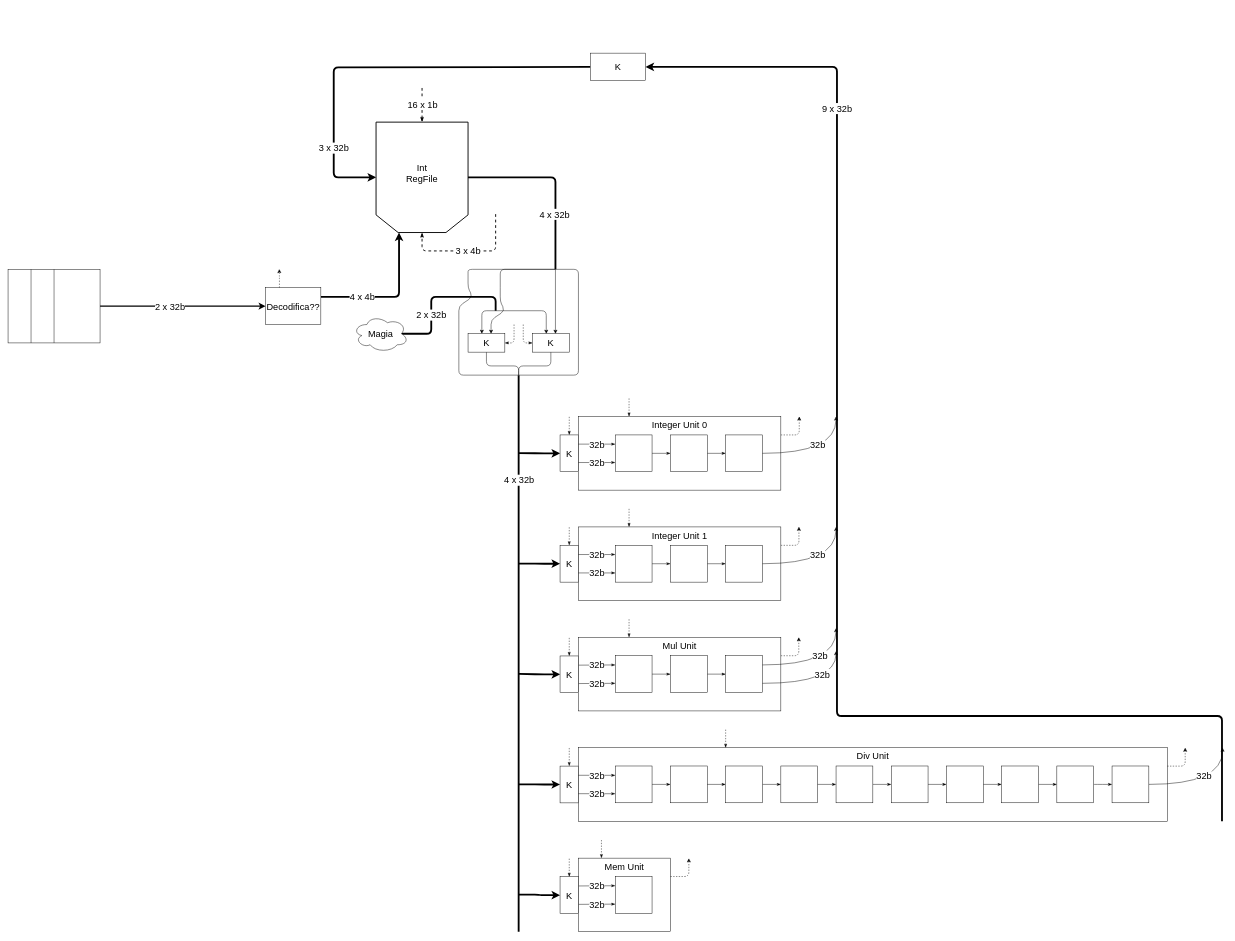
The90Frank/MinorArmAnalyzer keeps this draw.io diagram as Diagrammi/ExecuteStage.drawio. Above is the earlier version. Source tidied: cells renumbered, new cells numbered last; positions are measured from the earlier drawing's top-left corner, leaving out a move shared by most shapes. Both pictures are drawn from the tidied source at 46%, with x=0, y=0 at pixel (8, 53).
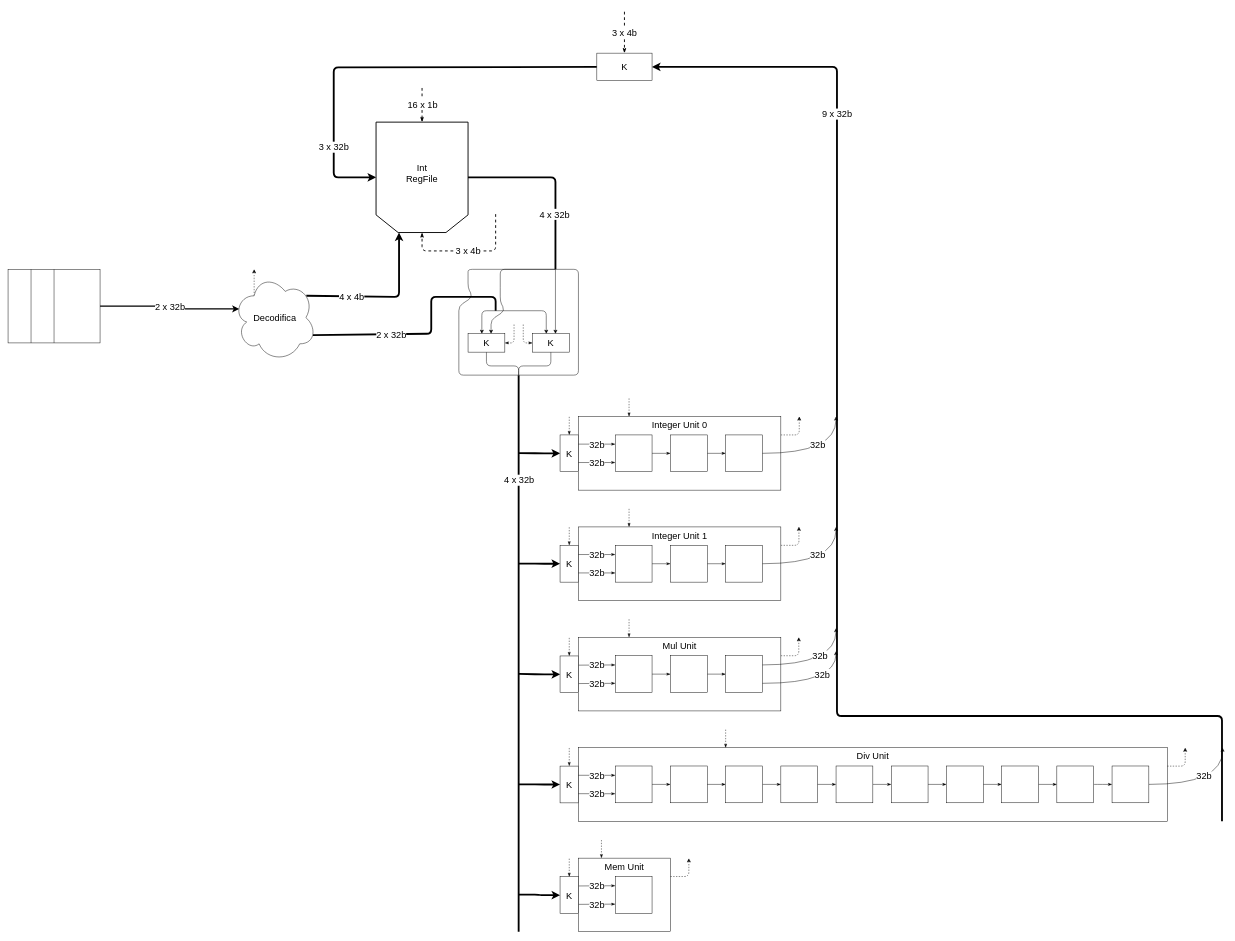
Above is the later version.

The change refers to these unchanged cells:
```xml
<mxCell id="5" style="rounded=0;whiteSpace=wrap;html=1;fontSize=20;align=right;" parent="1" vertex="1">
  <mxGeometry y="470" width="200" height="160" as="geometry" />
</mxCell>
<mxCell id="10" style="shape=loopLimit;whiteSpace=wrap;html=1;rotation=180;size=48;strokeWidth=2;fontSize=20;" parent="1" vertex="1">
  <mxGeometry x="800" y="150" width="200" height="240" as="geometry" />
</mxCell>
```

The edit, as a diff of the source:
```diff
@@
-    <mxCell id="3" style="edgeStyle=orthogonalEdgeStyle;rounded=0;jettySize=auto;html=1;exitX=1;exitY=0.5;exitDx=0;exitDy=0;entryX=0;entryY=0.5;entryDx=0;entryDy=0;startSize=6;endSize=6;strokeWidth=3;fontSize=20;" parent="1" edge="1" source="5" target="14">
+    <mxCell id="3" style="edgeStyle=orthogonalEdgeStyle;rounded=0;jettySize=auto;html=1;exitX=1;exitY=0.5;exitDx=0;exitDy=0;entryX=0.07;entryY=0.4;entryDx=0;entryDy=0;startSize=6;endSize=6;strokeWidth=3;fontSize=20;entryPerimeter=0;" parent="1" edge="1" source="5" target="119">
       <mxGeometry relative="1" as="geometry" />
     </mxCell>
     <mxCell id="4" value="2 x 32b" style="text;html=1;align=center;verticalAlign=middle;labelBackgroundColor=#ffffff;fontSize=20;" parent="3" vertex="1">
       <mxGeometry x="-0.21" y="5" relative="1" as="geometry">
-        <mxPoint x="9" y="5.5" as="offset" />
+        <mxPoint x="29" y="5" as="offset" />
       </mxGeometry>
     </mxCell>
@@
-    <mxCell id="12" value="4 x 4b" style="endArrow=classic;html=1;endSize=6;startSize=6;strokeWidth=4;entryX=0.75;entryY=0;entryDx=0;entryDy=0;exitX=1;exitY=0.25;exitDx=0;exitDy=0;fontSize=20;endFill=1;" parent="1" edge="1" source="14" target="10">
+    <mxCell id="12" value="4 x 4b" style="endArrow=classic;html=1;endSize=6;startSize=6;strokeWidth=4;entryX=0.75;entryY=0;entryDx=0;entryDy=0;exitX=0.88;exitY=0.25;exitDx=0;exitDy=0;fontSize=20;endFill=1;exitPerimeter=0;" parent="1" edge="1" source="119" target="10">
       <mxGeometry x="-0.42" relative="1" as="geometry">
         <Array as="points">
           <mxPoint x="850" y="530" />
         </Array>
       </mxGeometry>
     </mxCell>
-    <mxCell id="13" style="edgeStyle=orthogonalEdgeStyle;rounded=1;jettySize=auto;html=1;exitX=0.25;exitY=0;exitDx=0;exitDy=0;startArrow=none;startFill=0;startSize=6;endArrow=classic;endFill=1;endSize=6;strokeWidth=1;dashed=1;fontSize=20;" parent="1" edge="1" source="14">
+    <mxCell id="13" style="edgeStyle=orthogonalEdgeStyle;rounded=1;jettySize=auto;html=1;exitX=0.25;exitY=0.25;exitDx=0;exitDy=0;startArrow=none;startFill=0;startSize=6;endArrow=classic;endFill=1;endSize=6;strokeWidth=1;dashed=1;fontSize=20;exitPerimeter=0;" parent="1" edge="1" source="119">
       <mxGeometry relative="1" as="geometry">
-        <mxPoint x="589.6" y="469.6" as="targetPoint" />
+        <mxPoint x="535" y="470" as="targetPoint" />
+        <Array as="points">
+          <mxPoint x="535" y="480" />
+          <mxPoint x="535" y="480" />
+        </Array>
       </mxGeometry>
     </mxCell>
-    <mxCell id="14" value="Decodifica??" style="rounded=0;whiteSpace=wrap;html=1;fontSize=20;" parent="1" vertex="1">
-      <mxGeometry x="560" y="510" width="120" height="80" as="geometry" />
-    </mxCell>
-    <mxCell id="15" value="2 x 32b" style="endArrow=none;html=1;strokeWidth=4;endFill=0;exitX=0.875;exitY=0.5;exitDx=0;exitDy=0;exitPerimeter=0;fontSize=20;" parent="1" edge="1" source="22">
+    <mxCell id="15" value="2 x 32b" style="endArrow=none;html=1;strokeWidth=4;endFill=0;exitX=0.96;exitY=0.7;exitDx=0;exitDy=0;exitPerimeter=0;fontSize=20;" parent="1" edge="1" source="119">
       <mxGeometry x="-0.33" relative="1" as="geometry">
         <mxPoint x="1060" y="560" as="targetPoint" />
         <Array as="points">
           <mxPoint x="920" y="610" />
           <mxPoint x="920" y="530" />
           <mxPoint x="1060" y="530" />
         </Array>
       </mxGeometry>
     </mxCell>
@@
-    <mxCell id="22" value="Magia" style="ellipse;shape=cloud;whiteSpace=wrap;html=1;fontSize=20;" parent="1" vertex="1">
-      <mxGeometry x="750" y="570" width="120" height="80" as="geometry" />
-    </mxCell>
@@
     <mxCell id="76" value="K" style="rounded=0;whiteSpace=wrap;html=1;fontSize=20;" parent="1" vertex="1">
-      <mxGeometry x="1266" width="120" height="60" as="geometry" />
+      <mxGeometry x="1280" width="120" height="60" as="geometry" />
     </mxCell>
@@
+    <mxCell id="118" value="3 x 4b" style="endArrow=classicThin;dashed=1;html=1;strokeWidth=2;entryX=0.5;entryY=0;entryDx=0;entryDy=0;startArrow=none;startFill=0;endFill=1;fontSize=20;" parent="1" edge="1" target="76">
+      <mxGeometry relative="1" as="geometry">
+        <mxPoint x="1340" y="-90" as="sourcePoint" />
+        <Array as="points">
+          <mxPoint x="1340" y="-50" />
+        </Array>
+      </mxGeometry>
+    </mxCell>
+    <mxCell id="119" value="Decodifica" style="ellipse;shape=cloud;whiteSpace=wrap;html=1;fontSize=20;" parent="1" vertex="1">
+      <mxGeometry x="490" y="480" width="180" height="190" as="geometry" />
+    </mxCell>
```
